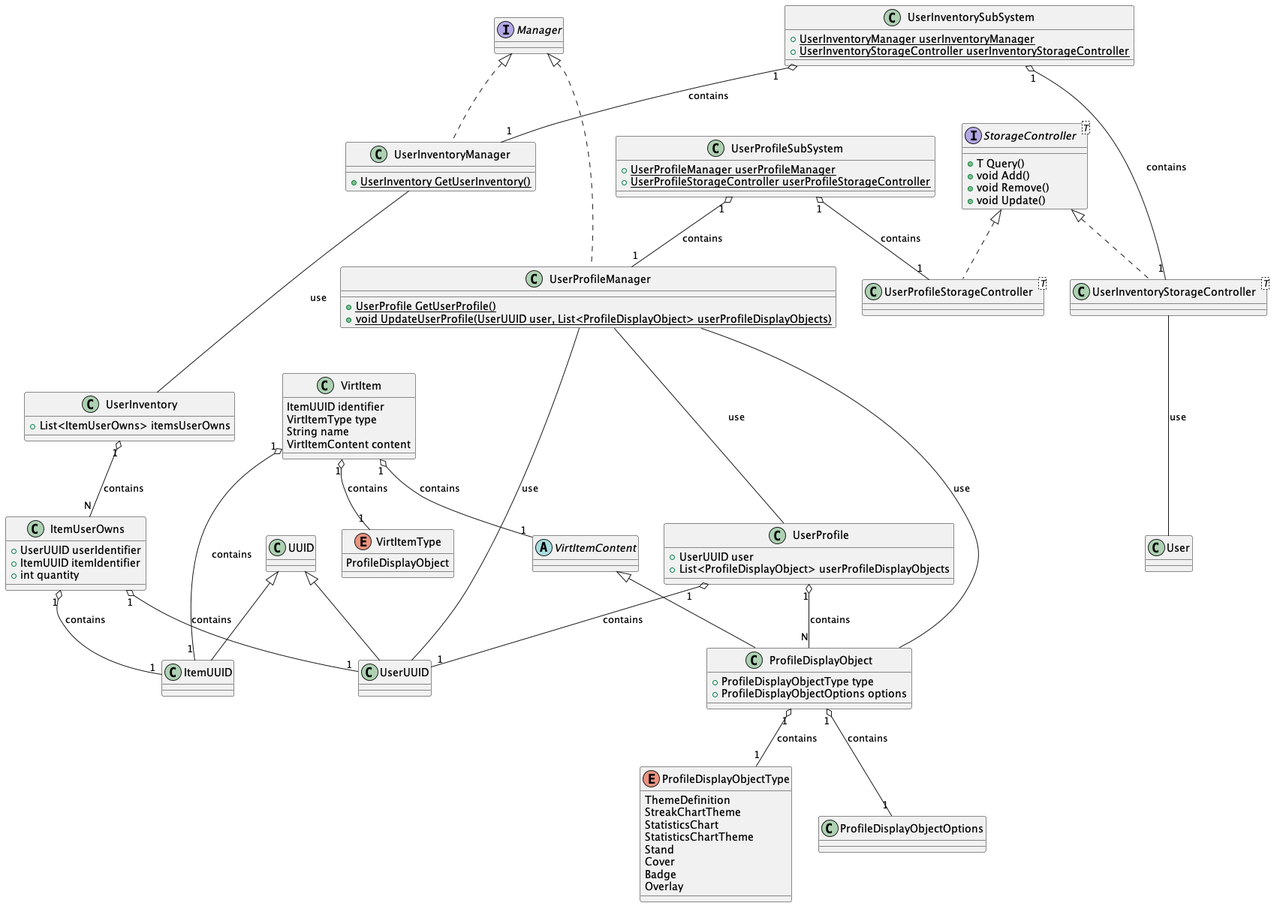
ShapeLayer/se-lecture-task__project-structure-definitions keeps this PlantUML diagram as rendered/UserProfileInventory.png. Above is the earlier version.
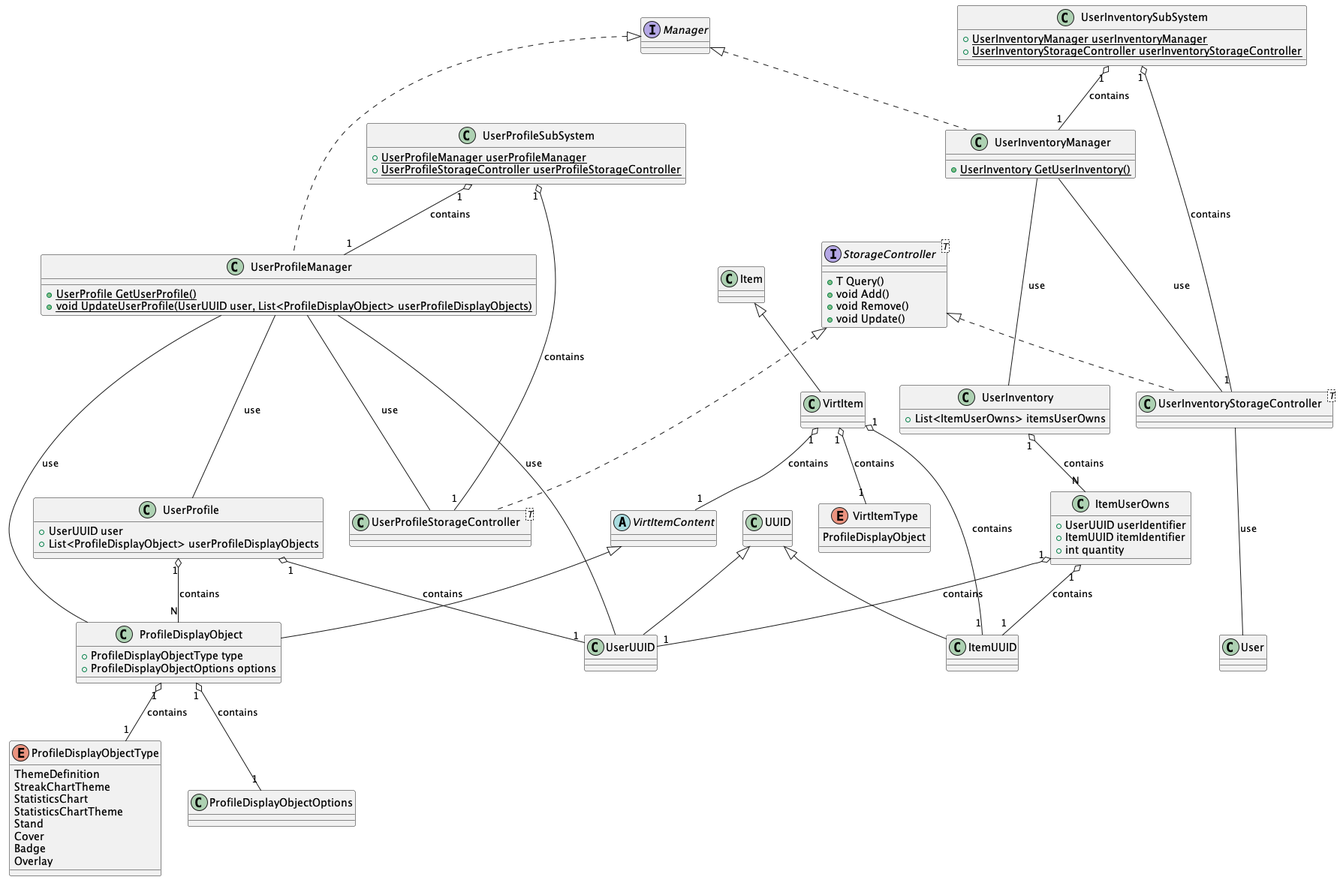
The same diagram one commit later.

Diff of the diagram source:
```diff
@@ -14,12 +14,7 @@
     ProfileDisplayObject
 }
 
-class VirtItem {
-    ItemUUID identifier
-    VirtItemType type
-    String name
-    VirtItemContent content
-}
+class VirtItem extends Item {}
 
 VirtItem "1" o-- "1" ItemUUID : contains
 VirtItem "1" o-- "1" VirtItemType : contains
@@ -47,6 +42,7 @@
 }
 
 UserInventoryManager --- UserInventory : use
+UserInventoryManager --- UserInventoryStorageController : use
 
 class UserInventoryStorageController<T> implements StorageController {}
 UserInventoryStorageController --- User : use
@@ -95,6 +91,7 @@
 UserProfileManager --- UserUUID : use
 UserProfileManager --- UserProfile : use
 UserProfileManager --- ProfileDisplayObject : use
+UserProfileManager --- UserProfileStorageController : use
 
 class UserProfileStorageController<T> implements StorageController {}
 
```
